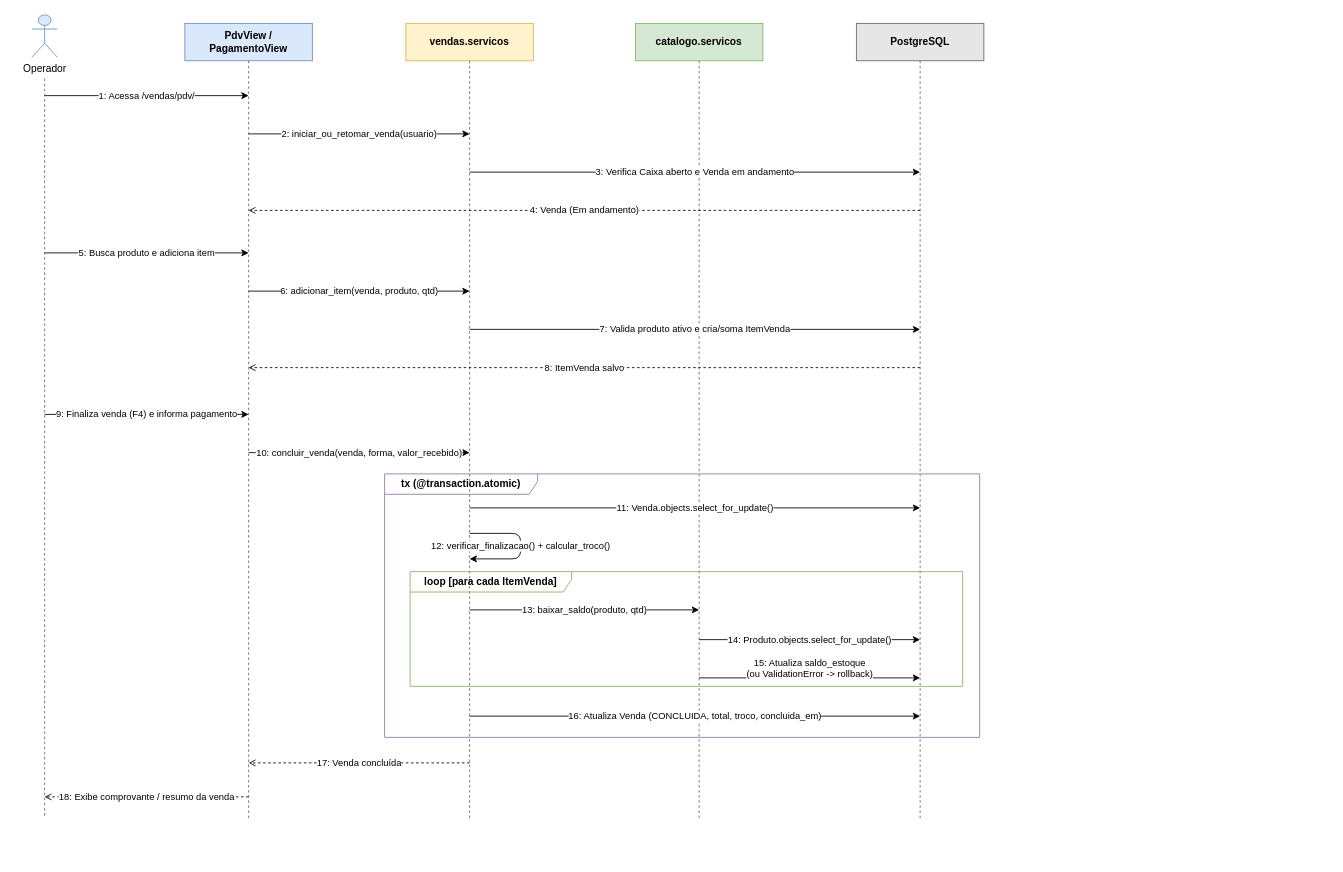
This is docs/diagramas/sequencia_venda_pdv.drawio from PedroGasparetto/sistema-dacomp, a draw.io file, before an edit. Source tidied: cells renumbered, new cells numbered last; positions are measured from the earlier drawing's top-left corner, leaving out a move shared by most shapes. Both pictures are drawn from the tidied source at 85%, with x=0, y=0 at pixel (31, 14).
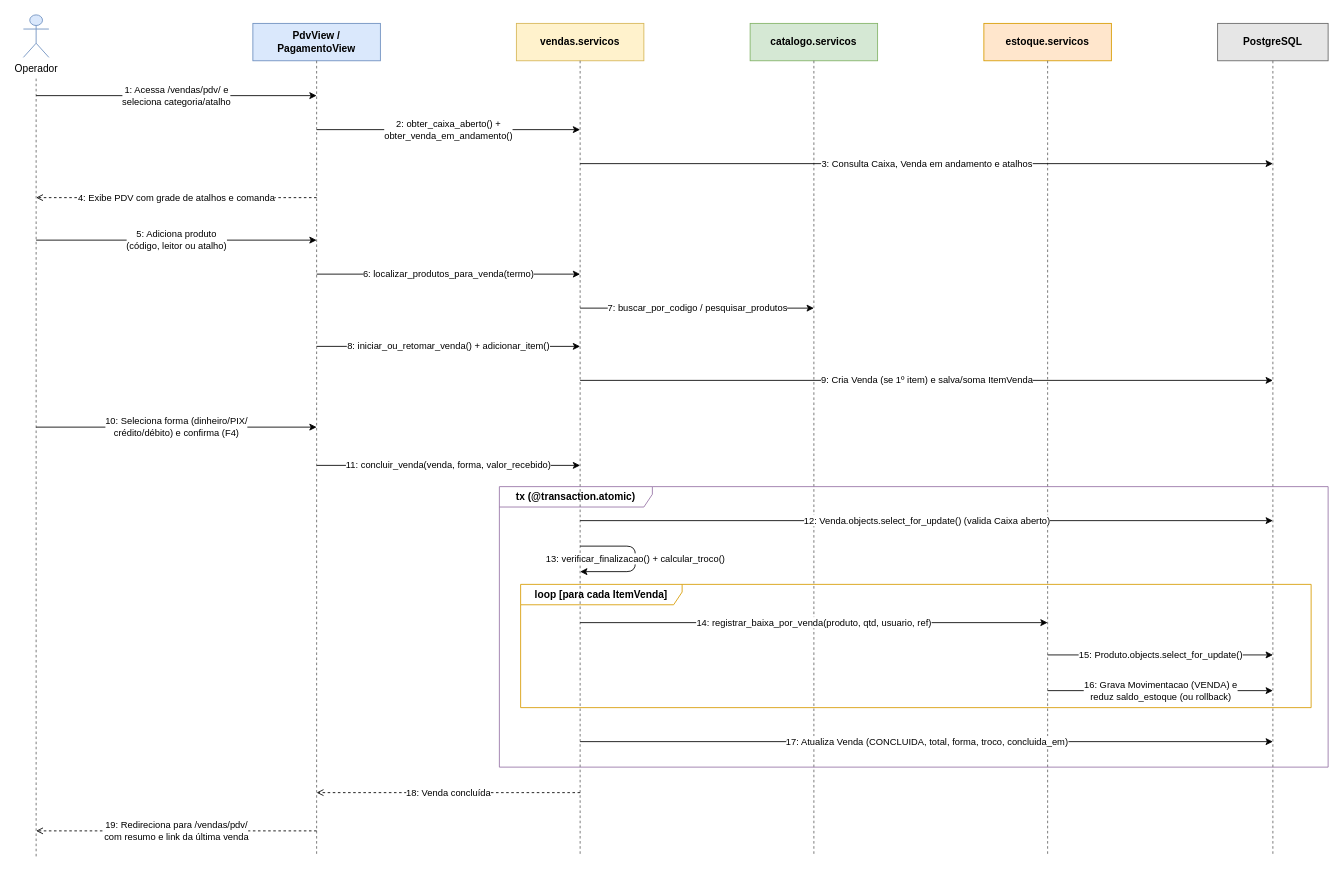
After the change.

Diff of the diagram source:
```diff
@@
     <mxCell id="2" value="Operador" style="shape=umlActor;verticalLabelPosition=bottom;verticalAlign=top;html=1;fillColor=#dae8fc;strokeColor=#6c8ebf;" parent="1" vertex="1">
-      <mxGeometry width="30" height="50" as="geometry" />
+      <mxGeometry x="-10" width="30" height="50" as="geometry" />
     </mxCell>
     <mxCell id="3" value="PdvView /&#10;PagamentoView" style="rounded=0;whiteSpace=wrap;html=1;fillColor=#dae8fc;strokeColor=#6c8ebf;fontStyle=1;" parent="1" vertex="1">
-      <mxGeometry x="180" y="10" width="150" height="44" as="geometry" />
+      <mxGeometry x="260" y="10" width="150" height="44" as="geometry" />
     </mxCell>
     <mxCell id="4" value="vendas.servicos" style="rounded=0;whiteSpace=wrap;html=1;fillColor=#fff2cc;strokeColor=#d6b656;fontStyle=1;" parent="1" vertex="1">
-      <mxGeometry x="440" y="10" width="150" height="44" as="geometry" />
+      <mxGeometry x="570" y="10" width="150" height="44" as="geometry" />
     </mxCell>
     <mxCell id="5" value="catalogo.servicos" style="rounded=0;whiteSpace=wrap;html=1;fillColor=#d5e8d4;strokeColor=#82b366;fontStyle=1;" parent="1" vertex="1">
-      <mxGeometry x="710" y="10" width="150" height="44" as="geometry" />
+      <mxGeometry x="845" y="10" width="150" height="44" as="geometry" />
     </mxCell>
+    <mxCell id="32" value="estoque.servicos" style="rounded=0;whiteSpace=wrap;html=1;fillColor=#ffe6cc;strokeColor=#d79b00;fontStyle=1;" parent="1" vertex="1">
+      <mxGeometry x="1120" y="10" width="150" height="44" as="geometry" />
+    </mxCell>
     <mxCell id="6" value="PostgreSQL" style="rounded=0;whiteSpace=wrap;html=1;fillColor=#e6e6e6;strokeColor=#666666;fontStyle=1;" parent="1" vertex="1">
-      <mxGeometry x="970" y="10" width="150" height="44" as="geometry" />
+      <mxGeometry x="1395" y="10" width="130" height="44" as="geometry" />
     </mxCell>
     <mxCell id="7" style="endArrow=none;dashed=1;html=1;strokeColor=#666666;" parent="1" edge="1">
       <mxGeometry relative="1" as="geometry">
-        <mxPoint x="15" y="75" as="sourcePoint" />
-        <mxPoint x="15" y="945" as="targetPoint" />
+        <mxPoint x="5" y="75" as="sourcePoint" />
+        <mxPoint x="5" y="990" as="targetPoint" />
       </mxGeometry>
     </mxCell>
     <mxCell id="8" style="endArrow=none;dashed=1;html=1;strokeColor=#666666;" parent="1" edge="1">
       <mxGeometry relative="1" as="geometry">
-        <mxPoint x="255" y="54" as="sourcePoint" />
-        <mxPoint x="255" y="945" as="targetPoint" />
+        <mxPoint x="335" y="54" as="sourcePoint" />
+        <mxPoint x="335" y="990" as="targetPoint" />
       </mxGeometry>
     </mxCell>
     <mxCell id="9" style="endArrow=none;dashed=1;html=1;strokeColor=#666666;" parent="1" edge="1">
       <mxGeometry relative="1" as="geometry">
-        <mxPoint x="515" y="54" as="sourcePoint" />
-        <mxPoint x="515" y="945" as="targetPoint" />
+        <mxPoint x="645" y="54" as="sourcePoint" />
+        <mxPoint x="645" y="990" as="targetPoint" />
       </mxGeometry>
     </mxCell>
     <mxCell id="10" style="endArrow=none;dashed=1;html=1;strokeColor=#666666;" parent="1" edge="1">
       <mxGeometry relative="1" as="geometry">
-        <mxPoint x="785" y="54" as="sourcePoint" />
-        <mxPoint x="785" y="945" as="targetPoint" />
+        <mxPoint x="920" y="54" as="sourcePoint" />
+        <mxPoint x="920" y="990" as="targetPoint" />
       </mxGeometry>
     </mxCell>
+    <mxCell id="33" style="endArrow=none;dashed=1;html=1;strokeColor=#666666;" parent="1" edge="1">
+      <mxGeometry relative="1" as="geometry">
+        <mxPoint x="1195" y="54" as="sourcePoint" />
+        <mxPoint x="1195" y="990" as="targetPoint" />
+      </mxGeometry>
+    </mxCell>
     <mxCell id="11" style="endArrow=none;dashed=1;html=1;strokeColor=#666666;" parent="1" edge="1">
       <mxGeometry relative="1" as="geometry">
-        <mxPoint x="1045" y="54" as="sourcePoint" />
-        <mxPoint x="1045" y="945" as="targetPoint" />
+        <mxPoint x="1460" y="54" as="sourcePoint" />
+        <mxPoint x="1460" y="990" as="targetPoint" />
       </mxGeometry>
     </mxCell>
     <mxCell id="12" value="tx (@transaction.atomic)" style="shape=umlFrame;whiteSpace=wrap;html=1;width=180;height=24;fillColor=none;strokeColor=#9673a6;fontStyle=1;" parent="1" vertex="1">
-      <mxGeometry x="415" y="540" width="700" height="310" as="geometry" />
+      <mxGeometry x="550" y="555" width="975" height="330" as="geometry" />
     </mxCell>
-    <mxCell id="13" value="loop [para cada ItemVenda]" style="shape=umlFrame;whiteSpace=wrap;html=1;width=190;height=24;fillColor=none;strokeColor=#82b366;fontStyle=1;" parent="1" vertex="1">
-      <mxGeometry x="445" y="655" width="650" height="135" as="geometry" />
+    <mxCell id="13" value="loop [para cada ItemVenda]" style="shape=umlFrame;whiteSpace=wrap;html=1;width=190;height=24;fillColor=none;strokeColor=#d79b00;fontStyle=1;" parent="1" vertex="1">
+      <mxGeometry x="575" y="670" width="930" height="145" as="geometry" />
     </mxCell>
-    <mxCell id="14" value="1: Acessa /vendas/pdv/" style="endArrow=classic;html=1;labelBackgroundColor=#ffffff;" parent="1" edge="1">
+    <mxCell id="14" value="1: Acessa /vendas/pdv/ e&#10;seleciona categoria/atalho" style="endArrow=classic;html=1;labelBackgroundColor=#ffffff;" parent="1" edge="1">
       <mxGeometry relative="1" as="geometry">
-        <mxPoint x="15" y="95" as="sourcePoint" />
-        <mxPoint x="255" y="95" as="targetPoint" />
+        <mxPoint x="5" y="95" as="sourcePoint" />
+        <mxPoint x="335" y="95" as="targetPoint" />
       </mxGeometry>
     </mxCell>
-    <mxCell id="15" value="2: iniciar_ou_retomar_venda(usuario)" style="endArrow=classic;html=1;labelBackgroundColor=#ffffff;" parent="1" edge="1">
+    <mxCell id="15" value="2: obter_caixa_aberto() +&#10;obter_venda_em_andamento()" style="endArrow=classic;html=1;labelBackgroundColor=#ffffff;" parent="1" edge="1">
       <mxGeometry relative="1" as="geometry">
-        <mxPoint x="255" y="140" as="sourcePoint" />
-        <mxPoint x="515" y="140" as="targetPoint" />
+        <mxPoint x="335" y="135" as="sourcePoint" />
+        <mxPoint x="645" y="135" as="targetPoint" />
       </mxGeometry>
     </mxCell>
-    <mxCell id="16" value="3: Verifica Caixa aberto e Venda em andamento" style="endArrow=classic;html=1;labelBackgroundColor=#ffffff;" parent="1" edge="1">
+    <mxCell id="16" value="3: Consulta Caixa, Venda em andamento e atalhos" style="endArrow=classic;html=1;labelBackgroundColor=#ffffff;" parent="1" edge="1">
       <mxGeometry relative="1" as="geometry">
-        <mxPoint x="515" y="185" as="sourcePoint" />
-        <mxPoint x="1045" y="185" as="targetPoint" />
+        <mxPoint x="645" y="175" as="sourcePoint" />
+        <mxPoint x="1460" y="175" as="targetPoint" />
       </mxGeometry>
     </mxCell>
-    <mxCell id="17" value="4: Venda (Em andamento)" style="dashed=1;endArrow=open;endFill=0;html=1;labelBackgroundColor=#ffffff;" parent="1" edge="1">
+    <mxCell id="17" value="4: Exibe PDV com grade de atalhos e comanda" style="dashed=1;endArrow=open;endFill=0;html=1;labelBackgroundColor=#ffffff;" parent="1" edge="1">
       <mxGeometry relative="1" as="geometry">
-        <mxPoint x="1045" y="230" as="sourcePoint" />
-        <mxPoint x="255" y="230" as="targetPoint" />
+        <mxPoint x="335" y="215" as="sourcePoint" />
+        <mxPoint x="5" y="215" as="targetPoint" />
       </mxGeometry>
     </mxCell>
-    <mxCell id="18" value="5: Busca produto e adiciona item" style="endArrow=classic;html=1;labelBackgroundColor=#ffffff;" parent="1" edge="1">
+    <mxCell id="18" value="5: Adiciona produto&#10;(código, leitor ou atalho)" style="endArrow=classic;html=1;labelBackgroundColor=#ffffff;" parent="1" edge="1">
       <mxGeometry relative="1" as="geometry">
-        <mxPoint x="15" y="280" as="sourcePoint" />
-        <mxPoint x="255" y="280" as="targetPoint" />
+        <mxPoint x="5" y="265" as="sourcePoint" />
+        <mxPoint x="335" y="265" as="targetPoint" />
       </mxGeometry>
     </mxCell>
-    <mxCell id="19" value="6: adicionar_item(venda, produto, qtd)" style="endArrow=classic;html=1;labelBackgroundColor=#ffffff;" parent="1" edge="1">
+    <mxCell id="19" value="6: localizar_produtos_para_venda(termo)" style="endArrow=classic;html=1;labelBackgroundColor=#ffffff;" parent="1" edge="1">
       <mxGeometry relative="1" as="geometry">
-        <mxPoint x="255" y="325" as="sourcePoint" />
-        <mxPoint x="515" y="325" as="targetPoint" />
+        <mxPoint x="335" y="305" as="sourcePoint" />
+        <mxPoint x="645" y="305" as="targetPoint" />
       </mxGeometry>
     </mxCell>
-    <mxCell id="20" value="7: Valida produto ativo e cria/soma ItemVenda" style="endArrow=classic;html=1;labelBackgroundColor=#ffffff;" parent="1" edge="1">
+    <mxCell id="20" value="7: buscar_por_codigo / pesquisar_produtos" style="endArrow=classic;html=1;labelBackgroundColor=#ffffff;" parent="1" edge="1">
       <mxGeometry relative="1" as="geometry">
-        <mxPoint x="515" y="370" as="sourcePoint" />
-        <mxPoint x="1045" y="370" as="targetPoint" />
+        <mxPoint x="645" y="345" as="sourcePoint" />
+        <mxPoint x="920" y="345" as="targetPoint" />
       </mxGeometry>
     </mxCell>
-    <mxCell id="21" value="8: ItemVenda salvo" style="dashed=1;endArrow=open;endFill=0;html=1;labelBackgroundColor=#ffffff;" parent="1" edge="1">
+    <mxCell id="21" value="8: iniciar_ou_retomar_venda() + adicionar_item()" style="endArrow=classic;html=1;labelBackgroundColor=#ffffff;" parent="1" edge="1">
       <mxGeometry relative="1" as="geometry">
-        <mxPoint x="1045" y="415" as="sourcePoint" />
-        <mxPoint x="255" y="415" as="targetPoint" />
+        <mxPoint x="335" y="390" as="sourcePoint" />
+        <mxPoint x="645" y="390" as="targetPoint" />
       </mxGeometry>
     </mxCell>
-    <mxCell id="22" value="9: Finaliza venda (F4) e informa pagamento" style="endArrow=classic;html=1;labelBackgroundColor=#ffffff;" parent="1" edge="1">
+    <mxCell id="22" value="9: Cria Venda (se 1º item) e salva/soma ItemVenda" style="endArrow=classic;html=1;labelBackgroundColor=#ffffff;" parent="1" edge="1">
       <mxGeometry relative="1" as="geometry">
-        <mxPoint x="15" y="470" as="sourcePoint" />
-        <mxPoint x="255" y="470" as="targetPoint" />
+        <mxPoint x="645" y="430" as="sourcePoint" />
+        <mxPoint x="1460" y="430" as="targetPoint" />
       </mxGeometry>
     </mxCell>
-    <mxCell id="23" value="10: concluir_venda(venda, forma, valor_recebido)" style="endArrow=classic;html=1;labelBackgroundColor=#ffffff;" parent="1" edge="1">
+    <mxCell id="23" value="10: Seleciona forma (dinheiro/PIX/&#10;crédito/débito) e confirma (F4)" style="endArrow=classic;html=1;labelBackgroundColor=#ffffff;" parent="1" edge="1">
       <mxGeometry relative="1" as="geometry">
-        <mxPoint x="255" y="515" as="sourcePoint" />
-        <mxPoint x="515" y="515" as="targetPoint" />
+        <mxPoint x="5" y="485" as="sourcePoint" />
+        <mxPoint x="335" y="485" as="targetPoint" />
       </mxGeometry>
     </mxCell>
-    <mxCell id="24" value="11: Venda.objects.select_for_update()" style="endArrow=classic;html=1;labelBackgroundColor=#ffffff;" parent="1" edge="1">
+    <mxCell id="24" value="11: concluir_venda(venda, forma, valor_recebido)" style="endArrow=classic;html=1;labelBackgroundColor=#ffffff;" parent="1" edge="1">
       <mxGeometry relative="1" as="geometry">
-        <mxPoint x="515" y="580" as="sourcePoint" />
-        <mxPoint x="1045" y="580" as="targetPoint" />
+        <mxPoint x="335" y="530" as="sourcePoint" />
+        <mxPoint x="645" y="530" as="targetPoint" />
       </mxGeometry>
     </mxCell>
-    <mxCell id="25" value="12: verificar_finalizacao() + calcular_troco()" style="edgeStyle=orthogonalEdgeStyle;endArrow=classic;html=1;labelBackgroundColor=#ffffff;" parent="1" edge="1">
+    <mxCell id="25" value="12: Venda.objects.select_for_update() (valida Caixa aberto)" style="endArrow=classic;html=1;labelBackgroundColor=#ffffff;" parent="1" edge="1">
       <mxGeometry relative="1" as="geometry">
-        <mxPoint x="515" y="610" as="sourcePoint" />
-        <mxPoint x="515" y="640" as="targetPoint" />
-        <Array as="points">
-          <mxPoint x="575" y="610" />
-          <mxPoint x="575" y="640" />
-        </Array>
+        <mxPoint x="645" y="595" as="sourcePoint" />
+        <mxPoint x="1460" y="595" as="targetPoint" />
       </mxGeometry>
     </mxCell>
-    <mxCell id="26" value="13: baixar_saldo(produto, qtd)" style="endArrow=classic;html=1;labelBackgroundColor=#ffffff;" parent="1" edge="1">
+    <mxCell id="26" value="13: verificar_finalizacao() + calcular_troco()" style="edgeStyle=orthogonalEdgeStyle;endArrow=classic;html=1;labelBackgroundColor=#ffffff;" parent="1" edge="1">
       <mxGeometry relative="1" as="geometry">
-        <mxPoint x="515" y="700" as="sourcePoint" />
-        <mxPoint x="785" y="700" as="targetPoint" />
+        <mxPoint x="645" y="625" as="sourcePoint" />
+        <mxPoint x="645" y="655" as="targetPoint" />
+        <Array as="points">
+          <mxPoint x="710" y="625" />
+          <mxPoint x="710" y="655" />
+        </Array>
       </mxGeometry>
     </mxCell>
-    <mxCell id="27" value="14: Produto.objects.select_for_update()" style="endArrow=classic;html=1;labelBackgroundColor=#ffffff;" parent="1" edge="1">
+    <mxCell id="27" value="14: registrar_baixa_por_venda(produto, qtd, usuario, ref)" style="endArrow=classic;html=1;labelBackgroundColor=#ffffff;" parent="1" edge="1">
       <mxGeometry relative="1" as="geometry">
-        <mxPoint x="785" y="735" as="sourcePoint" />
-        <mxPoint x="1045" y="735" as="targetPoint" />
+        <mxPoint x="645" y="715" as="sourcePoint" />
+        <mxPoint x="1195" y="715" as="targetPoint" />
       </mxGeometry>
     </mxCell>
-    <mxCell id="28" value="15: Atualiza saldo_estoque&#10;(ou ValidationError -&gt; rollback)" style="endArrow=classic;html=1;verticalAlign=bottom;labelPosition=center;verticalLabelPosition=top;labelBackgroundColor=#ffffff;" parent="1" edge="1">
-      <mxGeometry y="-4" relative="1" as="geometry">
-        <mxPoint x="785" y="780" as="sourcePoint" />
-        <mxPoint x="1045" y="780" as="targetPoint" />
+    <mxCell id="28" value="15: Produto.objects.select_for_update()" style="endArrow=classic;html=1;labelBackgroundColor=#ffffff;" parent="1" edge="1">
+      <mxGeometry relative="1" as="geometry">
+        <mxPoint x="1195" y="753" as="sourcePoint" />
+        <mxPoint x="1460" y="753" as="targetPoint" />
       </mxGeometry>
     </mxCell>
-    <mxCell id="29" value="16: Atualiza Venda (CONCLUIDA, total, troco, concluida_em)" style="endArrow=classic;html=1;labelBackgroundColor=#ffffff;" parent="1" edge="1">
+    <mxCell id="29" value="16: Grava Movimentacao (VENDA) e&#10;reduz saldo_estoque (ou rollback)" style="endArrow=classic;html=1;labelBackgroundColor=#ffffff;" parent="1" edge="1">
       <mxGeometry relative="1" as="geometry">
-        <mxPoint x="515" y="825" as="sourcePoint" />
-        <mxPoint x="1045" y="825" as="targetPoint" />
+        <mxPoint x="1195" y="795" as="sourcePoint" />
+        <mxPoint x="1460" y="795" as="targetPoint" />
       </mxGeometry>
     </mxCell>
-    <mxCell id="30" value="17: Venda concluída" style="dashed=1;endArrow=open;endFill=0;html=1;labelBackgroundColor=#ffffff;" parent="1" edge="1">
+    <mxCell id="30" value="17: Atualiza Venda (CONCLUIDA, total, forma, troco, concluida_em)" style="endArrow=classic;html=1;labelBackgroundColor=#ffffff;" parent="1" edge="1">
       <mxGeometry relative="1" as="geometry">
-        <mxPoint x="515" y="880" as="sourcePoint" />
-        <mxPoint x="255" y="880" as="targetPoint" />
+        <mxPoint x="645" y="855" as="sourcePoint" />
+        <mxPoint x="1460" y="855" as="targetPoint" />
       </mxGeometry>
     </mxCell>
-    <mxCell id="31" value="18: Exibe comprovante / resumo da venda" style="dashed=1;endArrow=open;endFill=0;html=1;labelBackgroundColor=#ffffff;" parent="1" edge="1">
+    <mxCell id="31" value="18: Venda concluída" style="dashed=1;endArrow=open;endFill=0;html=1;labelBackgroundColor=#ffffff;" parent="1" edge="1">
       <mxGeometry relative="1" as="geometry">
-        <mxPoint x="255" y="920" as="sourcePoint" />
-        <mxPoint x="15" y="920" as="targetPoint" />
+        <mxPoint x="645" y="915" as="sourcePoint" />
+        <mxPoint x="335" y="915" as="targetPoint" />
       </mxGeometry>
     </mxCell>
+    <mxCell id="34" value="19: Redireciona para /vendas/pdv/&#10;com resumo e link da última venda" style="dashed=1;endArrow=open;endFill=0;html=1;labelBackgroundColor=#ffffff;" parent="1" edge="1">
+      <mxGeometry relative="1" as="geometry">
+        <mxPoint x="335" y="960" as="sourcePoint" />
+        <mxPoint x="5" y="960" as="targetPoint" />
+      </mxGeometry>
+    </mxCell>
```
